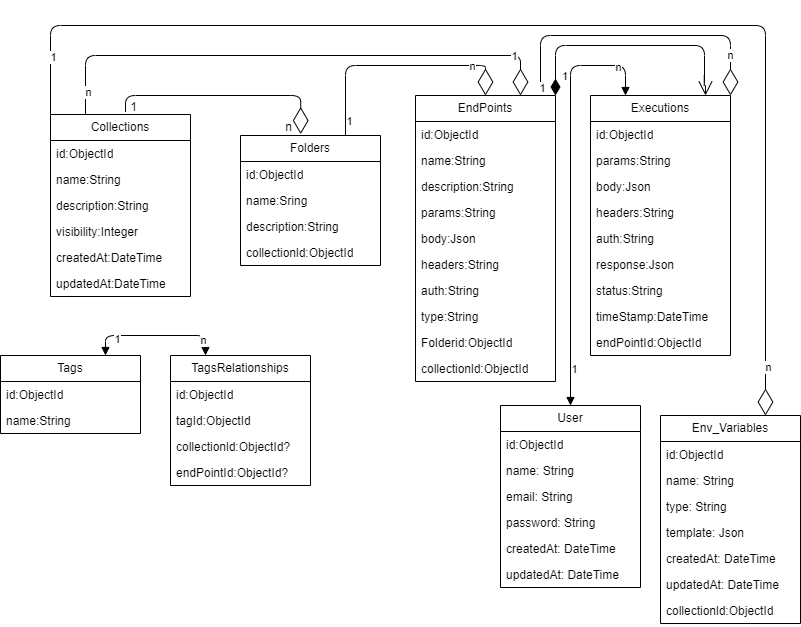
Above: docs/noAM.png in FatecFranca/DSM-P3-G07-2025-1 (draw.io), before the change. Source tidied: cells renumbered, new cells last; positions are measured from the earlier drawing's top-left corner, leaving out a move shared by most shapes.
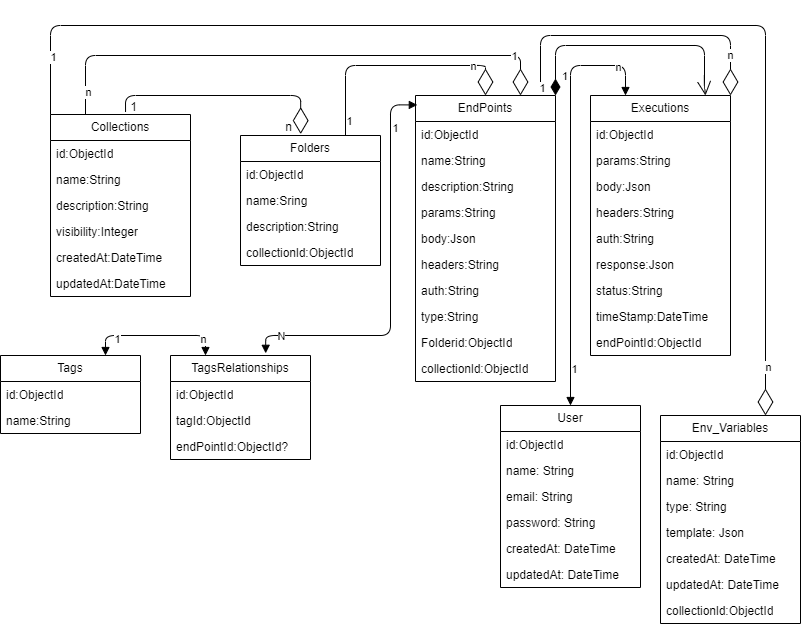
Later version of the same file.

Commit message:
🗃️ raw: update the diagram relations of the project

What changed in the source:
```diff
@@ -90,7 +90,7 @@
       <mxGeometry y="52" width="140" height="26" as="geometry" />
     </mxCell>
     <mxCell id="31" value="TagsRelationships" style="swimlane;fontStyle=0;horizontal=1;startSize=26;fillColor=none;whiteSpace=wrap;html=1;" parent="1" vertex="1">
-      <mxGeometry x="170" y="330" width="140" height="130" as="geometry" />
+      <mxGeometry x="170" y="330" width="140" height="104" as="geometry" />
     </mxCell>
     <mxCell id="32" value="id:ObjectId&lt;div&gt;&lt;br style=&quot;color: rgb(63, 63, 63);&quot;&gt;&lt;/div&gt;" style="text;strokeColor=none;fillColor=none;align=left;verticalAlign=top;spacingLeft=4;spacingRight=4;overflow=hidden;whiteSpace=wrap;html=1;" parent="31" vertex="1">
       <mxGeometry y="26" width="140" height="26" as="geometry" />
@@ -98,11 +98,8 @@
     <mxCell id="33" value="tagId:ObjectId" style="text;strokeColor=none;fillColor=none;align=left;verticalAlign=top;spacingLeft=4;spacingRight=4;overflow=hidden;whiteSpace=wrap;html=1;" parent="31" vertex="1">
       <mxGeometry y="52" width="140" height="26" as="geometry" />
     </mxCell>
-    <mxCell id="34" value="&lt;span style=&quot;color: rgb(0, 0, 0);&quot;&gt;collectionld:ObjectId?&lt;/span&gt;" style="text;strokeColor=none;fillColor=none;align=left;verticalAlign=top;spacingLeft=4;spacingRight=4;overflow=hidden;whiteSpace=wrap;html=1;" parent="31" vertex="1">
-      <mxGeometry y="78" width="140" height="26" as="geometry" />
-    </mxCell>
     <mxCell id="35" value="&lt;span style=&quot;color: rgb(0, 0, 0);&quot;&gt;endPointId:ObjectId?&lt;/span&gt;" style="text;strokeColor=none;fillColor=none;align=left;verticalAlign=top;spacingLeft=4;spacingRight=4;overflow=hidden;whiteSpace=wrap;html=1;" parent="31" vertex="1">
-      <mxGeometry y="104" width="140" height="26" as="geometry" />
+      <mxGeometry y="78" width="140" height="26" as="geometry" />
     </mxCell>
     <mxCell id="36" value="User" style="swimlane;fontStyle=0;horizontal=1;startSize=26;fillColor=none;whiteSpace=wrap;html=1;" parent="1" vertex="1">
       <mxGeometry x="500" y="380" width="140" height="182" as="geometry" />
@@ -279,5 +276,22 @@
     <mxCell id="78" value="n" style="text;html=1;align=center;verticalAlign=middle;strokeColor=none;fillColor=none;" parent="1" vertex="1">
       <mxGeometry x="273" y="87" width="30" height="30" as="geometry" />
     </mxCell>
+    <mxCell id="79" style="endArrow=block;startArrow=block;endFill=1;startFill=1;html=1;entryX=0.013;entryY=0.033;entryDx=0;entryDy=0;entryPerimeter=0;edgeStyle=orthogonalEdgeStyle;exitX=0.68;exitY=-0.021;exitDx=0;exitDy=0;exitPerimeter=0;" parent="1" edge="1" source="31" target="7">
+      <mxGeometry relative="1" as="geometry">
+        <Array as="points">
+          <mxPoint x="265" y="310" />
+          <mxPoint x="390" y="310" />
+          <mxPoint x="390" y="79" />
+        </Array>
+      </mxGeometry>
+    </mxCell>
+    <mxCell id="80" value="N" style="edgeLabel;html=1;align=center;verticalAlign=middle;" parent="79" vertex="1">
+      <mxGeometry x="-0.88" y="-4" relative="1" as="geometry">
+        <mxPoint x="9" y="-4" as="offset" />
+      </mxGeometry>
+    </mxCell>
+    <mxCell id="81" value="1" style="edgeLabel;html=1;align=center;verticalAlign=middle;" parent="79" vertex="1">
+      <mxGeometry x="0.75" y="-4" relative="1" as="geometry" />
+    </mxCell>
   </root>
 </mxGraphModel>
```
